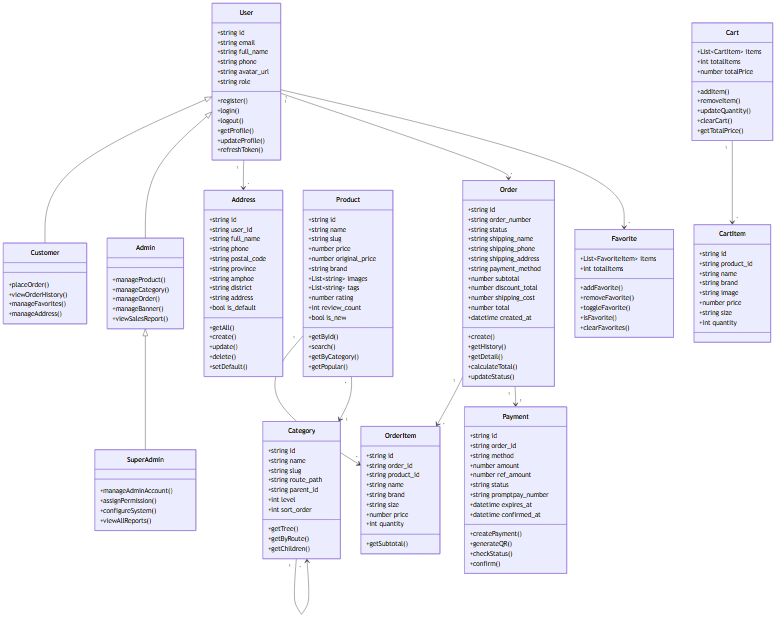
This is docs/diagrams/02-class-diagram.png from flukerzanmk5547/Project-204, a Mermaid export, as it was before one commit. Its source is kept beside it as docs/diagrams/02-class-diagram.mmd. Its diagram source:
```mermaid
classDiagram
    class User {
        +string id
        +string email
        +string full_name
        +string phone
        +string avatar_url
        +string role
        +register()
        +login()
        +logout()
        +getProfile()
        +updateProfile()
        +refreshToken()
    }
    class Customer {
        +placeOrder()
        +viewOrderHistory()
        +manageFavorites()
        +manageAddress()
    }
    class Admin {
        +manageProduct()
        +manageCategory()
        +manageOrder()
        +manageBanner()
        +viewSalesReport()
    }
    class SuperAdmin {
        +manageAdminAccount()
        +assignPermission()
        +configureSystem()
        +viewAllReports()
    }

    User <|-- Customer
    User <|-- Admin
    Admin <|-- SuperAdmin
    class Address {
        +string id
        +string user_id
        +string full_name
        +string phone
        +string postal_code
        +string province
        +string amphoe
        +string district
        +string address
        +bool is_default
        +getAll()
        +create()
        +update()
        +delete()
        +setDefault()
    }
    class Product {
        +string id
        +string name
        +string slug
        +number price
        +number original_price
        +string brand
        +List~string~ images
        +List~string~ tags
        +number rating
        +int review_count
        +bool is_new
        +getById()
        +search()
        +getByCategory()
        +getPopular()
    }
    class Category {
        +string id
        +string name
        +string slug
        +string route_path
        +string parent_id
        +int level
        +int sort_order
        +getTree()
        +getByRoute()
        +getChildren()
    }
    class Cart {
        +List~CartItem~ items
        +int totalItems
        +number totalPrice
        +addItem()
        +removeItem()
        +updateQuantity()
        +clearCart()
        +getTotalPrice()
    }
    class CartItem {
        +string id
        +string product_id
        +string name
        +string brand
        +string image
        +number price
        +string size
        +int quantity
    }
    class Favorite {
        +List~FavoriteItem~ items
        +int totalItems
        +addFavorite()
        +removeFavorite()
        +toggleFavorite()
        +isFavorite()
        +clearFavorites()
    }
    class Order {
        +string id
        +string order_number
        +string status
        +string shipping_name
        +string shipping_phone
        +string shipping_address
        +string payment_method
        +number subtotal
        +number discount_total
        +number shipping_cost
        +number total
        +datetime created_at
        +create()
        +getHistory()
        +getDetail()
        +calculateTotal()
        +updateStatus()
    }
    class OrderItem {
        +string id
        +string order_id
        +string product_id
        +string name
        +string brand
        +string size
        +number price
        +int quantity
        +getSubtotal()
    }
    class Payment {
        +string id
        +string order_id
        +string method
        +number amount
        +number ref_amount
        +string status
        +string promptpay_number
        +datetime expires_at
        +datetime confirmed_at
        +createPayment()
        +generateQR()
        +checkStatus()
        +confirm()
    }

    User "1" --> "*" Address
    User "1" --> "*" Order
    User "1" --> "*" Favorite
    Cart "1" --> "*" CartItem
    Order "1" --> "*" OrderItem
    Product "1" --> "*" OrderItem
    Order "1" --> "1" Payment
    Category "1" --> "*" Category
    Product "*" --> "1" Category
```
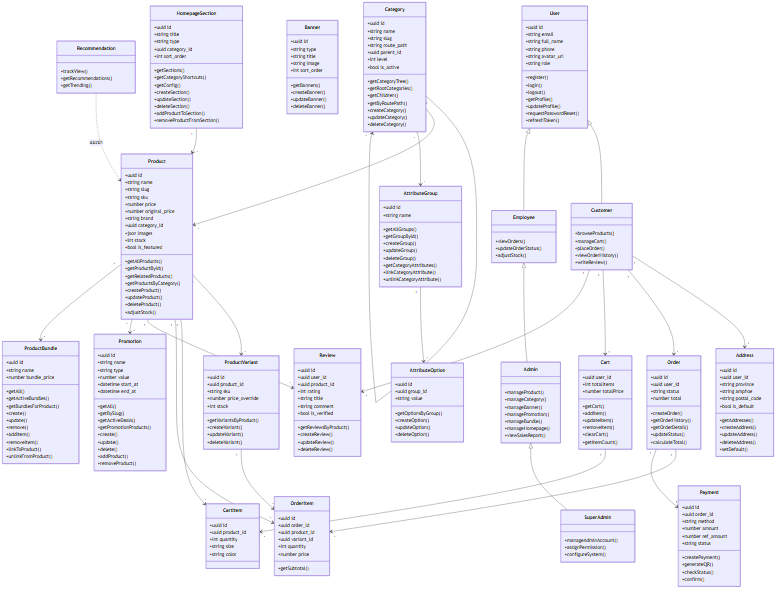
Above is the later version.

The edit, as a diff of the source:
```diff
@@ -1,6 +1,8 @@
 classDiagram
+    direction TB
+
     class User {
-        +string id
+        +uuid id
         +string email
         +string full_name
         +string phone
@@ -11,158 +13,275 @@
         +logout()
         +getProfile()
         +updateProfile()
+        +requestPasswordReset()
         +refreshToken()
     }
     class Customer {
+        +browseProducts()
+        +manageCart()
         +placeOrder()
         +viewOrderHistory()
-        +manageFavorites()
-        +manageAddress()
+        +writeReview()
+    }
+    class Employee {
+        +viewOrders()
+        +updateOrderStatus()
+        +adjustStock()
     }
     class Admin {
         +manageProduct()
         +manageCategory()
-        +manageOrder()
         +manageBanner()
+        +managePromotion()
+        +manageBundle()
+        +manageHomepage()
         +viewSalesReport()
     }
     class SuperAdmin {
         +manageAdminAccount()
         +assignPermission()
         +configureSystem()
-        +viewAllReports()
     }
 
-    User <|-- Customer
-    User <|-- Admin
-    Admin <|-- SuperAdmin
-    class Address {
-        +string id
-        +string user_id
-        +string full_name
-        +string phone
-        +string postal_code
-        +string province
-        +string amphoe
-        +string district
-        +string address
-        +bool is_default
-        +getAll()
-        +create()
-        +update()
-        +delete()
-        +setDefault()
+    class Category {
+        +uuid id
+        +string name
+        +string slug
+        +string route_path
+        +uuid parent_id
+        +int level
+        +bool is_active
+        +getCategoryTree()
+        +getRootCategories()
+        +getChildren()
+        +getByRoutePath()
+        +createCategory()
+        +updateCategory()
+        +deleteCategory()
     }
     class Product {
-        +string id
+        +uuid id
         +string name
         +string slug
+        +string sku
         +number price
         +number original_price
         +string brand
-        +List~string~ images
-        +List~string~ tags
-        +number rating
-        +int review_count
-        +bool is_new
-        +getById()
-        +search()
-        +getByCategory()
-        +getPopular()
+        +uuid category_id
+        +json images
+        +int stock
+        +bool is_featured
+        +getAllProducts()
+        +getProductById()
+        +getRelatedProducts()
+        +getProductsByCategory()
+        +createProduct()
+        +updateProduct()
+        +deleteProduct()
+        +adjustStock()
     }
-    class Category {
-        +string id
+    class ProductVariant {
+        +uuid id
+        +uuid product_id
+        +string sku
+        +number price_override
+        +int stock
+        +getVariantsByProduct()
+        +createVariant()
+        +updateVariant()
+        +deleteVariant()
+    }
+    class AttributeGroup {
+        +uuid id
         +string name
-        +string slug
-        +string route_path
-        +string parent_id
-        +int level
-        +int sort_order
-        +getTree()
-        +getByRoute()
-        +getChildren()
+        +getAllGroups()
+        +getGroupById()
+        +createGroup()
+        +updateGroup()
+        +deleteGroup()
+        +getCategoryAttributes()
+        +linkCategoryAttribute()
+        +unlinkCategoryAttribute()
     }
+    class AttributeOption {
+        +uuid id
+        +uuid group_id
+        +string value
+        +getOptionsByGroup()
+        +createOption()
+        +updateOption()
+        +deleteOption()
+    }
+
     class Cart {
-        +List~CartItem~ items
+        +uuid user_id
         +int totalItems
         +number totalPrice
+        +getCart()
         +addItem()
+        +updateItem()
         +removeItem()
-        +updateQuantity()
         +clearCart()
-        +getTotalPrice()
+        +getItemCount()
     }
     class CartItem {
-        +string id
-        +string product_id
-        +string name
-        +string brand
-        +string image
-        +number price
+        +uuid id
+        +uuid product_id
+        +int quantity
         +string size
-        +int quantity
+        +string color
     }
-    class Favorite {
-        +List~FavoriteItem~ items
-        +int totalItems
-        +addFavorite()
-        +removeFavorite()
-        +toggleFavorite()
-        +isFavorite()
-        +clearFavorites()
-    }
+
     class Order {
-        +string id
-        +string order_number
+        +uuid id
+        +uuid user_id
         +string status
-        +string shipping_name
-        +string shipping_phone
-        +string shipping_address
-        +string payment_method
-        +number subtotal
-        +number discount_total
-        +number shipping_cost
         +number total
-        +datetime created_at
-        +create()
-        +getHistory()
-        +getDetail()
+        +createOrder()
+        +getOrderHistory()
+        +getOrderDetail()
+        +updateStatus()
         +calculateTotal()
-        +updateStatus()
     }
     class OrderItem {
-        +string id
-        +string order_id
-        +string product_id
-        +string name
-        +string brand
-        +string size
+        +uuid id
+        +uuid order_id
+        +uuid product_id
+        +uuid variant_id
+        +int quantity
         +number price
-        +int quantity
         +getSubtotal()
     }
     class Payment {
-        +string id
-        +string order_id
+        +uuid id
+        +uuid order_id
         +string method
         +number amount
         +number ref_amount
         +string status
-        +string promptpay_number
-        +datetime expires_at
-        +datetime confirmed_at
         +createPayment()
         +generateQR()
         +checkStatus()
         +confirm()
     }
+    class Address {
+        +uuid id
+        +uuid user_id
+        +string province
+        +string amphoe
+        +string postal_code
+        +bool is_default
+        +getAddresses()
+        +createAddress()
+        +updateAddress()
+        +deleteAddress()
+        +setDefault()
+    }
+    class Review {
+        +uuid id
+        +uuid user_id
+        +uuid product_id
+        +int rating
+        +string title
+        +string comment
+        +bool is_verified
+        +getReviewsByProduct()
+        +createReview()
+        +updateReview()
+        +deleteReview()
+    }
 
-    User "1" --> "*" Address
-    User "1" --> "*" Order
-    User "1" --> "*" Favorite
+    class Banner {
+        +uuid id
+        +string type
+        +string title
+        +string image
+        +int sort_order
+        +getBanners()
+        +createBanner()
+        +updateBanner()
+        +deleteBanner()
+    }
+    class Promotion {
+        +uuid id
+        +string name
+        +string type
+        +number value
+        +datetime start_at
+        +datetime end_at
+        +getAll()
+        +getBySlug()
+        +getActiveDeals()
+        +getPromotionProducts()
+        +create()
+        +update()
+        +delete()
+        +addProduct()
+        +removeProduct()
+    }
+    class ProductBundle {
+        +uuid id
+        +string name
+        +number bundle_price
+        +getAll()
+        +getActiveBundles()
+        +getBundlesForProduct()
+        +create()
+        +update()
+        +remove()
+        +addItem()
+        +removeItem()
+        +linkToProduct()
+        +unlinkFromProduct()
+    }
+    class HomepageSection {
+        +uuid id
+        +string title
+        +string type
+        +uuid category_id
+        +int sort_order
+        +getSections()
+        +getCategoryShortcuts()
+        +getConfig()
+        +createSection()
+        +updateSection()
+        +deleteSection()
+        +addProductToSection()
+        +removeProductFromSection()
+    }
+    class Recommendation {
+        +trackView()
+        +getRecommendations()
+        +getTrending()
+    }
+
+    User <|-- Customer
+    User <|-- Employee
+    Employee <|-- Admin
+    Admin <|-- SuperAdmin
+
+    Customer "1" --> "*" Address
+    Customer "1" --> "*" Order
+    Customer "1" --> "1" Cart
+    Customer "1" --> "*" Review
+
+    Category "1" --> "*" Category
+    Category "1" --> "*" Product
+    Category "*" --> "*" AttributeGroup
+
+    Product "1" --> "*" ProductVariant
+    Product "1" --> "*" CartItem
+    Product "1" --> "*" OrderItem
+    Product "1" --> "*" Review
+    Product "*" --> "*" Promotion
+    Product "*" --> "*" ProductBundle
+
+    AttributeGroup "1" --> "*" AttributeOption
+    ProductVariant "1" --> "*" OrderItem
+
     Cart "1" --> "*" CartItem
     Order "1" --> "*" OrderItem
-    Product "1" --> "*" OrderItem
     Order "1" --> "1" Payment
-    Category "1" --> "*" Category
-    Product "*" --> "1" Category
+
+    HomepageSection "1" --> "*" Product
+    Recommendation ..> Product : แนะนำ
```
